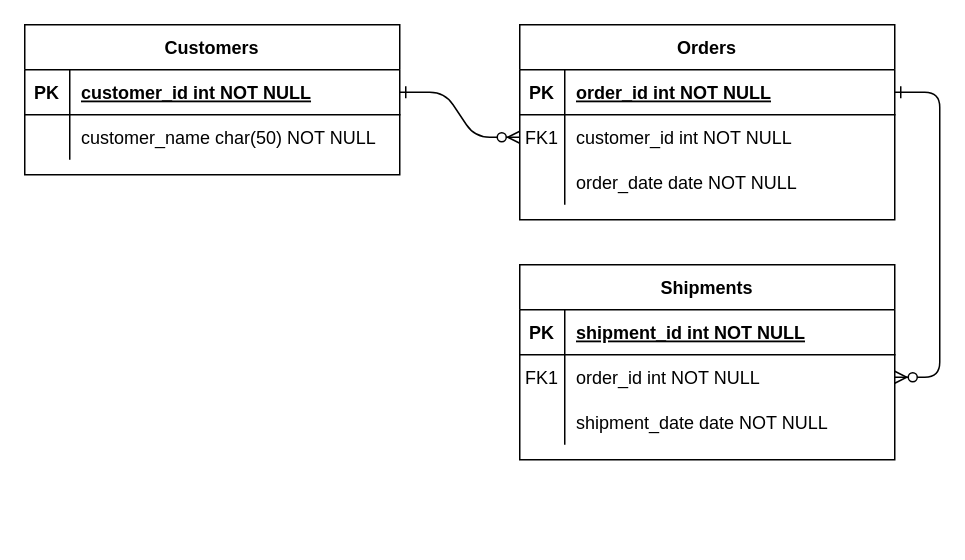
The draw.io diagram docs/diagrams/Untitled Diagram.drawio in tutorai-no/tutor-service, before the edit. Source tidied: cells renumbered, new cells numbered last; positions are measured from the earlier drawing's top-left corner, leaving out a move shared by most shapes. Both pictures are drawn from the tidied source at 150%, with x=0, y=0 at pixel (24, 24).
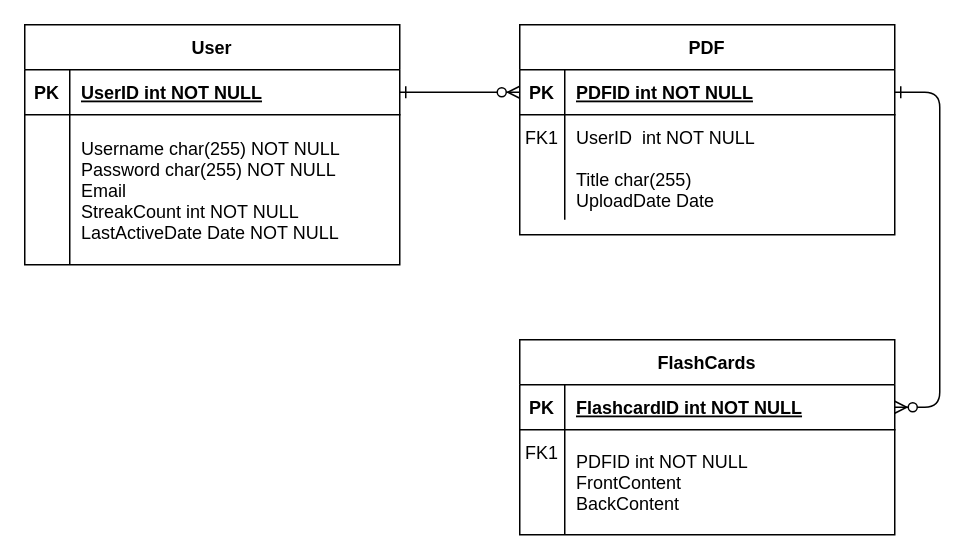
After the change.

Commit message:
Docs: Add possible database schema

The change refers to these unchanged cells:
```xml
<mxCell id="5" style="shape=partialRectangle;fillColor=none;points=[[0,0.5],[1,0.5]];portConstraint=eastwest;top=0;left=0;right=0;bottom=1;" parent="4" vertex="1">
  <mxGeometry y="30" width="250" height="30" as="geometry" />
</mxCell>
<mxCell id="8" style="shape=partialRectangle;fillColor=none;points=[[0,0.5],[1,0.5]];portConstraint=eastwest;top=0;left=0;right=0;bottom=0;" parent="4" vertex="1">
  <mxGeometry y="60" width="250" height="30" as="geometry" />
</mxCell>
<mxCell id="25" style="shape=partialRectangle;fillColor=none;points=[[0,0.5],[1,0.5]];portConstraint=eastwest;top=0;left=0;right=0;bottom=1;" parent="24" vertex="1">
  <mxGeometry y="30" width="250" height="30" as="geometry" />
</mxCell>
```

What changed in the source:
```diff
@@
-    <mxCell id="2" style="edgeStyle=entityRelationEdgeStyle;endArrow=ERzeroToMany;startArrow=ERone;endFill=1;startFill=0;" parent="1" edge="1" source="25" target="8">
-      <mxGeometry relative="1" as="geometry" />
-    </mxCell>
-    <mxCell id="3" style="edgeStyle=entityRelationEdgeStyle;endArrow=ERzeroToMany;startArrow=ERone;endFill=1;startFill=0;" parent="1" edge="1" source="5" target="18">
+    <mxCell id="3" style="edgeStyle=entityRelationEdgeStyle;endArrow=ERzeroToMany;startArrow=ERone;endFill=1;startFill=0;exitX=1;exitY=0.5;exitDx=0;exitDy=0;entryX=0;entryY=0.5;entryDx=0;entryDy=0;" parent="1" edge="1" source="25" target="5">
       <mxGeometry relative="1" as="geometry" />
     </mxCell>
-    <mxCell id="4" value="Orders" style="shape=table;startSize=30;childLayout=tableLayout;rowLines=0;fontStyle=1;align=center;" parent="1" vertex="1">
-      <mxGeometry x="330" width="250" height="130" as="geometry" />
+    <mxCell id="4" value="PDF" style="shape=table;startSize=30;childLayout=tableLayout;rowLines=0;fontStyle=1;align=center;" parent="1" vertex="1">
+      <mxGeometry x="330" width="250" height="140" as="geometry" />
     </mxCell>
@@
-    <mxCell id="7" value="order_id int NOT NULL " style="shape=partialRectangle;overflow=hidden;fillColor=none;top=0;left=0;bottom=0;right=0;align=left;spacingLeft=6;fontStyle=5;" parent="5" vertex="1">
+    <mxCell id="7" value="PDFID int NOT NULL " style="shape=partialRectangle;overflow=hidden;fillColor=none;top=0;left=0;bottom=0;right=0;align=left;spacingLeft=6;fontStyle=5;" parent="5" vertex="1">
       <mxGeometry x="30" width="220" height="30" as="geometry" />
     </mxCell>
@@
-    <mxCell id="10" value="customer_id int NOT NULL" style="shape=partialRectangle;overflow=hidden;fillColor=none;top=0;left=0;bottom=0;right=0;align=left;spacingLeft=6;" parent="8" vertex="1">
+    <mxCell id="10" value="UserID  int NOT NULL" style="shape=partialRectangle;overflow=hidden;fillColor=none;top=0;left=0;bottom=0;right=0;align=left;spacingLeft=6;" parent="8" vertex="1">
       <mxGeometry x="30" width="220" height="30" as="geometry" />
     </mxCell>
     <mxCell id="11" style="shape=partialRectangle;fillColor=none;top=0;left=0;right=0;bottom=0;" parent="4" vertex="1">
-      <mxGeometry y="90" width="250" height="30" as="geometry" />
+      <mxGeometry y="90" width="250" height="40" as="geometry" />
     </mxCell>
     <mxCell id="12" style="shape=partialRectangle;overflow=hidden;fillColor=none;top=0;left=0;bottom=0;right=0;" parent="11" vertex="1">
-      <mxGeometry width="30" height="30" as="geometry" />
+      <mxGeometry width="30" height="40" as="geometry" />
     </mxCell>
-    <mxCell id="13" value="order_date date NOT NULL" style="shape=partialRectangle;overflow=hidden;fillColor=none;top=0;left=0;bottom=0;right=0;align=left;spacingLeft=6;" parent="11" vertex="1">
-      <mxGeometry x="30" width="220" height="30" as="geometry" />
+    <mxCell id="13" value="Title char(255)&#10;UploadDate Date" style="shape=partialRectangle;overflow=hidden;fillColor=none;top=0;left=0;bottom=0;right=0;align=left;spacingLeft=6;" parent="11" vertex="1">
+      <mxGeometry x="30" width="220" height="40" as="geometry" />
     </mxCell>
-    <mxCell id="14" value="Shipments" style="shape=table;startSize=30;childLayout=tableLayout;rowLines=0;fontStyle=1;align=center;" parent="1" vertex="1">
-      <mxGeometry x="330" y="160" width="250" height="130" as="geometry" />
-    </mxCell>
-    <mxCell id="15" style="shape=partialRectangle;fillColor=none;points=[[0,0.5],[1,0.5]];portConstraint=eastwest;top=0;left=0;right=0;bottom=1;" parent="14" vertex="1">
-      <mxGeometry y="30" width="250" height="30" as="geometry" />
-    </mxCell>
-    <mxCell id="16" value="PK" style="shape=partialRectangle;overflow=hidden;fillColor=none;top=0;left=0;bottom=0;right=0;fontStyle=1;" parent="15" vertex="1">
-      <mxGeometry width="30" height="30" as="geometry" />
-    </mxCell>
-    <mxCell id="17" value="shipment_id int NOT NULL " style="shape=partialRectangle;overflow=hidden;fillColor=none;top=0;left=0;bottom=0;right=0;align=left;spacingLeft=6;fontStyle=5;" parent="15" vertex="1">
-      <mxGeometry x="30" width="220" height="30" as="geometry" />
-    </mxCell>
-    <mxCell id="18" style="shape=partialRectangle;fillColor=none;points=[[0,0.5],[1,0.5]];portConstraint=eastwest;top=0;left=0;right=0;bottom=0;" parent="14" vertex="1">
-      <mxGeometry y="60" width="250" height="30" as="geometry" />
-    </mxCell>
-    <mxCell id="19" value="FK1" style="shape=partialRectangle;overflow=hidden;fillColor=none;top=0;left=0;bottom=0;right=0;" parent="18" vertex="1">
-      <mxGeometry width="30" height="30" as="geometry" />
-    </mxCell>
-    <mxCell id="20" value="order_id int NOT NULL" style="shape=partialRectangle;overflow=hidden;fillColor=none;top=0;left=0;bottom=0;right=0;align=left;spacingLeft=6;" parent="18" vertex="1">
-      <mxGeometry x="30" width="220" height="30" as="geometry" />
-    </mxCell>
-    <mxCell id="21" style="shape=partialRectangle;fillColor=none;top=0;left=0;right=0;bottom=0;" parent="14" vertex="1">
-      <mxGeometry y="90" width="250" height="30" as="geometry" />
-    </mxCell>
-    <mxCell id="22" style="shape=partialRectangle;overflow=hidden;fillColor=none;top=0;left=0;bottom=0;right=0;" parent="21" vertex="1">
-      <mxGeometry width="30" height="30" as="geometry" />
-    </mxCell>
-    <mxCell id="23" value="shipment_date date NOT NULL" style="shape=partialRectangle;overflow=hidden;fillColor=none;top=0;left=0;bottom=0;right=0;align=left;spacingLeft=6;" parent="21" vertex="1">
-      <mxGeometry x="30" width="220" height="30" as="geometry" />
-    </mxCell>
-    <mxCell id="24" value="Customers" style="shape=table;startSize=30;childLayout=tableLayout;rowLines=0;fontStyle=1;align=center;" parent="1" vertex="1">
-      <mxGeometry width="250" height="100" as="geometry" />
+    <mxCell id="24" value="User" style="shape=table;startSize=30;childLayout=tableLayout;rowLines=0;fontStyle=1;align=center;" parent="1" vertex="1">
+      <mxGeometry width="250" height="160" as="geometry" />
     </mxCell>
@@
-    <mxCell id="27" value="customer_id int NOT NULL " style="shape=partialRectangle;overflow=hidden;fillColor=none;top=0;left=0;bottom=0;right=0;align=left;spacingLeft=6;fontStyle=5;" parent="25" vertex="1">
+    <mxCell id="27" value="UserID int NOT NULL " style="shape=partialRectangle;overflow=hidden;fillColor=none;top=0;left=0;bottom=0;right=0;align=left;spacingLeft=6;fontStyle=5;" parent="25" vertex="1">
       <mxGeometry x="30" width="220" height="30" as="geometry" />
     </mxCell>
     <mxCell id="28" style="shape=partialRectangle;fillColor=none;top=0;left=0;right=0;bottom=0;" parent="24" vertex="1">
-      <mxGeometry y="60" width="250" height="30" as="geometry" />
+      <mxGeometry y="60" width="250" height="100" as="geometry" />
     </mxCell>
     <mxCell id="29" style="shape=partialRectangle;overflow=hidden;fillColor=none;top=0;left=0;bottom=0;right=0;" parent="28" vertex="1">
-      <mxGeometry width="30" height="30" as="geometry" />
+      <mxGeometry width="30" height="100" as="geometry" />
     </mxCell>
-    <mxCell id="30" value="customer_name char(50) NOT NULL" style="shape=partialRectangle;overflow=hidden;fillColor=none;top=0;left=0;bottom=0;right=0;align=left;spacingLeft=6;" parent="28" vertex="1">
-      <mxGeometry x="30" width="220" height="30" as="geometry" />
+    <mxCell id="30" value="Username char(255) NOT NULL&#10;Password char(255) NOT NULL&#10;Email&#10;StreakCount int NOT NULL&#10;LastActiveDate Date NOT NULL" style="shape=partialRectangle;overflow=hidden;fillColor=none;top=0;left=0;bottom=0;right=0;align=left;spacingLeft=6;" parent="28" vertex="1">
+      <mxGeometry x="30" width="220" height="100" as="geometry" />
     </mxCell>
+    <mxCell id="31" value="FlashCards" style="shape=table;startSize=30;childLayout=tableLayout;rowLines=0;fontStyle=1;align=center;" parent="1" vertex="1">
+      <mxGeometry x="330" y="210" width="250" height="130" as="geometry" />
+    </mxCell>
+    <mxCell id="15" style="shape=partialRectangle;fillColor=none;points=[[0,0.5],[1,0.5]];portConstraint=eastwest;top=0;left=0;right=0;bottom=1;" parent="31" vertex="1">
+      <mxGeometry y="30" width="250" height="30" as="geometry" />
+    </mxCell>
+    <mxCell id="16" value="PK" style="shape=partialRectangle;overflow=hidden;fillColor=none;top=0;left=0;bottom=0;right=0;fontStyle=1;" parent="15" vertex="1">
+      <mxGeometry width="30" height="30" as="geometry" />
+    </mxCell>
+    <mxCell id="32" value="FlashcardID int NOT NULL " style="shape=partialRectangle;overflow=hidden;fillColor=none;top=0;left=0;bottom=0;right=0;align=left;spacingLeft=6;fontStyle=5;" parent="15" vertex="1">
+      <mxGeometry x="30" width="220" height="30" as="geometry" />
+    </mxCell>
+    <mxCell id="33" style="shape=partialRectangle;fillColor=none;top=0;left=0;right=0;bottom=0;" parent="31" vertex="1">
+      <mxGeometry y="60" width="250" height="70" as="geometry" />
+    </mxCell>
+    <mxCell id="34" style="shape=partialRectangle;overflow=hidden;fillColor=none;top=0;left=0;bottom=0;right=0;" parent="33" vertex="1">
+      <mxGeometry width="30" height="70" as="geometry" />
+    </mxCell>
+    <mxCell id="35" value="PDFID int NOT NULL&#10;FrontContent&#10;BackContent " style="shape=partialRectangle;overflow=hidden;fillColor=none;top=0;left=0;bottom=0;right=0;align=left;spacingLeft=6;" parent="33" vertex="1">
+      <mxGeometry x="30" width="220" height="70" as="geometry" />
+    </mxCell>
+    <mxCell id="36" style="edgeStyle=entityRelationEdgeStyle;endArrow=ERzeroToMany;startArrow=ERone;endFill=1;startFill=0;entryX=1;entryY=0.5;entryDx=0;entryDy=0;" parent="1" edge="1" source="5" target="15">
+      <mxGeometry relative="1" as="geometry" />
+    </mxCell>
+    <mxCell id="19" value="FK1" style="shape=partialRectangle;overflow=hidden;fillColor=none;top=0;left=0;bottom=0;right=0;" parent="1" vertex="1">
+      <mxGeometry x="330" y="270" width="30" height="30" as="geometry" />
+    </mxCell>
```
